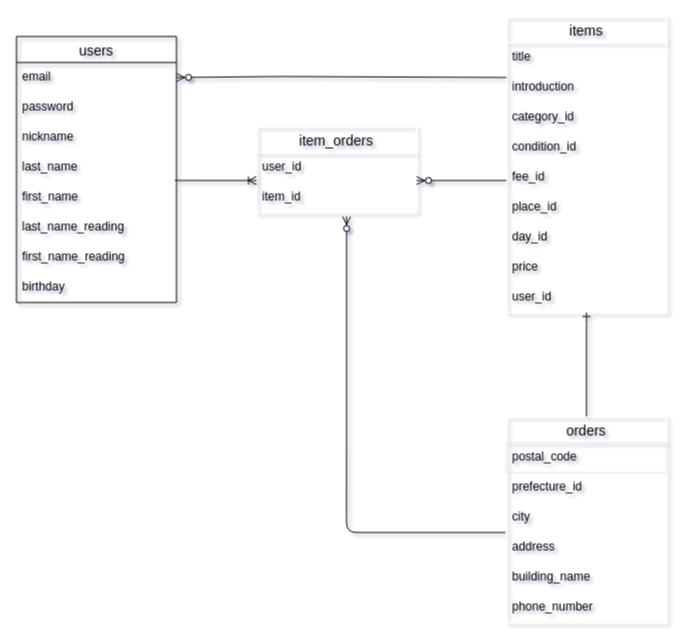
Before: furima_DB_design.drawio in foxtail1122/furima-40351, a draw.io diagram. Source tidied: cells renumbered, new cells numbered last; positions are measured from the earlier drawing's top-left corner, leaving out a move shared by most shapes. Both pictures are drawn from the tidied source at 100%, with x=0, y=0 at pixel (16, 16).
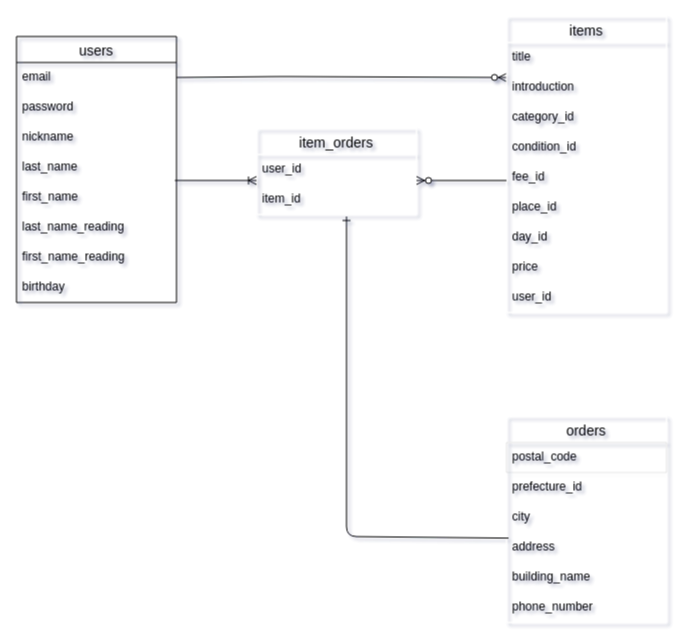
The same diagram, later.

Unchanged cells that the change refers to:
```xml
<mxCell id="2" value="users" style="swimlane;fontStyle=0;horizontal=1;startSize=26;align=center;fontSize=14;fillColor=none;" parent="1" vertex="1">
  <mxGeometry y="20" width="160" height="266" as="geometry" />
</mxCell>
<mxCell id="3" value="email" style="text;strokeColor=none;fillColor=none;spacingLeft=4;spacingRight=4;overflow=hidden;points=[[0,0.5],[1,0.5]];portConstraint=eastwest;fontSize=12;" parent="2" vertex="1">
  <mxGeometry y="26" width="160" height="30" as="geometry" />
</mxCell>
<mxCell id="20" value="user_id" style="text;strokeColor=none;fillColor=none;spacingLeft=4;spacingRight=4;overflow=hidden;points=[[0,0.5],[1,0.5]];portConstraint=eastwest;fontSize=12;strokeWidth=0;" parent="11" vertex="1">
  <mxGeometry y="266" width="160" height="30" as="geometry" />
</mxCell>
<mxCell id="21" value="orders" style="swimlane;fontStyle=0;horizontal=1;startSize=26;align=center;fontSize=14;strokeWidth=1;strokeColor=#FFFFFF;fillColor=none;" parent="1" vertex="1">
  <mxGeometry x="490" y="400" width="160" height="206" as="geometry" />
</mxCell>
<mxCell id="24" value="city" style="text;strokeColor=none;fillColor=none;spacingLeft=4;spacingRight=4;overflow=hidden;points=[[0,0.5],[1,0.5]];portConstraint=eastwest;fontSize=12;strokeWidth=0;" parent="21" vertex="1">
  <mxGeometry y="86" width="160" height="30" as="geometry" />
</mxCell>
<mxCell id="25" value="address" style="text;strokeColor=none;fillColor=none;spacingLeft=4;spacingRight=4;overflow=hidden;points=[[0,0.5],[1,0.5]];portConstraint=eastwest;fontSize=12;strokeWidth=0;" parent="21" vertex="1">
  <mxGeometry y="116" width="160" height="30" as="geometry" />
</mxCell>
<mxCell id="30" value="item_id" style="text;strokeColor=none;fillColor=none;spacingLeft=4;spacingRight=4;overflow=hidden;points=[[0,0.5],[1,0.5]];portConstraint=eastwest;fontSize=12;strokeWidth=0;" parent="28" vertex="1">
  <mxGeometry y="56" width="160" height="30" as="geometry" />
</mxCell>
```

The edit, as a diff of the source:
```diff
@@
+    <mxCell id="34" style="fontSize=12;html=1;endArrow=ERzeroToMany;endFill=1;entryX=1;entryY=0.5;entryDx=0;entryDy=0;exitX=1;exitY=0.5;exitDx=0;exitDy=0;" parent="2" edge="1" source="3">
+      <mxGeometry relative="1" as="geometry">
+        <mxPoint x="490" y="41" as="targetPoint" />
+        <Array as="points">
+          <mxPoint x="263" y="40" />
+        </Array>
+      </mxGeometry>
+    </mxCell>
@@
     <mxCell id="28" value="item_orders" style="swimlane;fontStyle=0;horizontal=1;startSize=26;align=center;fontSize=14;strokeWidth=1;strokeColor=#FFFFFF;fillColor=none;" parent="1" vertex="1">
-      <mxGeometry x="240" y="110" width="160" height="86" as="geometry" />
+      <mxGeometry x="240" y="112" width="160" height="86" as="geometry" />
     </mxCell>
@@
-    <mxCell id="32" style="fontSize=12;html=1;endArrow=ERone;endFill=1;exitX=0.5;exitY=0;exitDx=0;exitDy=0;" parent="1" edge="1" source="21" target="20">
-      <mxGeometry relative="1" as="geometry" />
-    </mxCell>
@@
-    <mxCell id="34" style="fontSize=12;html=1;endArrow=ERzeroToMany;endFill=1;entryX=1;entryY=0.5;entryDx=0;entryDy=0;" parent="1" edge="1" target="3">
-      <mxGeometry relative="1" as="geometry">
-        <mxPoint x="490" y="61" as="sourcePoint" />
-        <Array as="points">
-          <mxPoint x="263" y="60" />
-        </Array>
-      </mxGeometry>
-    </mxCell>
-    <mxCell id="35" style="fontSize=12;html=1;endArrow=ERzeroToMany;endFill=1;exitX=-0.007;exitY=1;exitDx=0;exitDy=0;exitPerimeter=0;entryX=0.563;entryY=1.133;entryDx=0;entryDy=0;entryPerimeter=0;" parent="1" edge="1" source="24" target="30">
+    <mxCell id="35" style="fontSize=12;html=1;endArrow=ERone;endFill=1;exitX=0.013;exitY=0.187;exitDx=0;exitDy=0;exitPerimeter=0;" parent="1" edge="1" source="25">
       <mxGeometry relative="1" as="geometry">
+        <mxPoint x="330" y="200" as="targetPoint" />
         <Array as="points">
-          <mxPoint x="330" y="516" />
+          <mxPoint x="330" y="520" />
+          <mxPoint x="330" y="240" />
         </Array>
       </mxGeometry>
     </mxCell>
```
